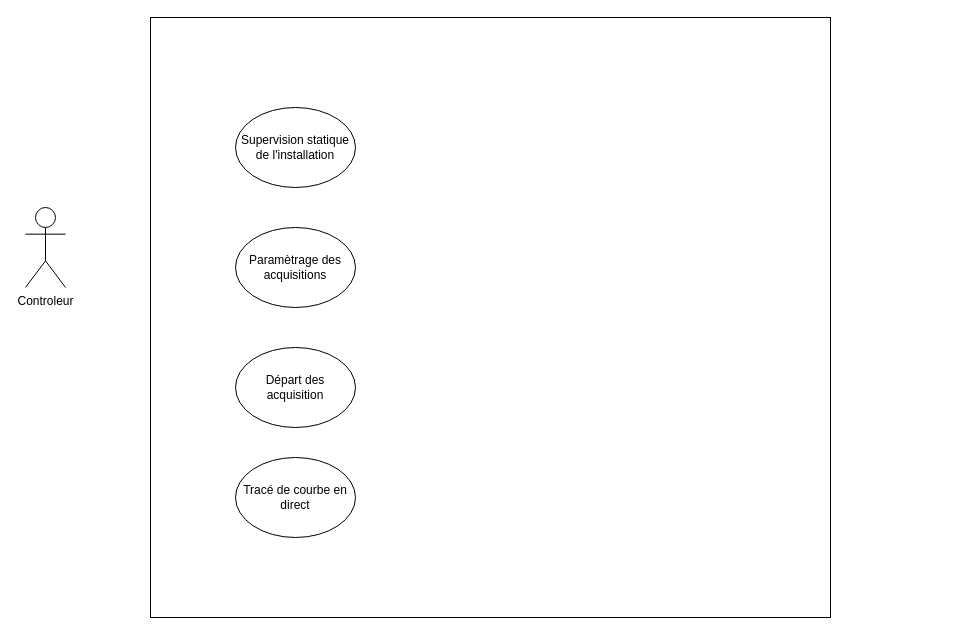
MRCThomas/testDeVerinSurBancHydraulique keeps this draw.io diagram as Analyse/Thomas/diagrammeDUtilisationThomas.drawio. Above is the earlier version. Source tidied: cells renumbered, new cells numbered last; positions are measured from the earlier drawing's top-left corner, leaving out a move shared by most shapes. Both pictures are drawn from the tidied source at 100%, with x=0, y=0 at pixel (25, 17).
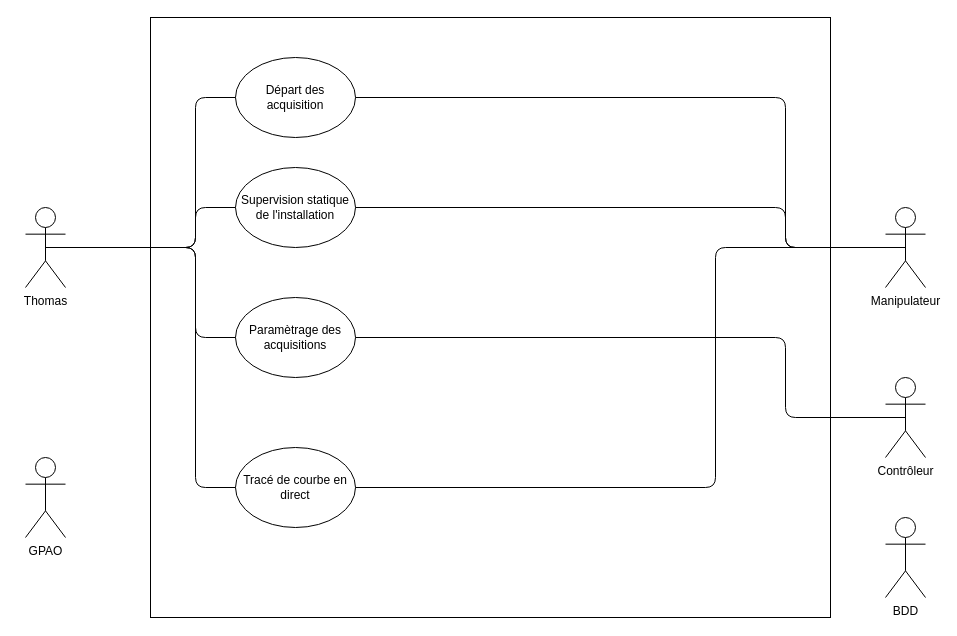
Above is the later version.

What changed in the source:
```diff
@@
-    <mxCell id="3" value="Controleur" style="shape=umlActor;verticalLabelPosition=bottom;verticalAlign=top;html=1;outlineConnect=0;" parent="1" vertex="1">
+    <mxCell id="3" value="Thomas" style="shape=umlActor;verticalLabelPosition=bottom;verticalAlign=top;html=1;outlineConnect=0;" parent="1" vertex="1">
       <mxGeometry y="190" width="40" height="80" as="geometry" />
     </mxCell>
     <mxCell id="4" value="Supervision statique de l'installation" style="ellipse;whiteSpace=wrap;html=1;" parent="1" vertex="1">
-      <mxGeometry x="210" y="90" width="120" height="80" as="geometry" />
+      <mxGeometry x="210" y="150" width="120" height="80" as="geometry" />
     </mxCell>
     <mxCell id="5" value="Tracé de courbe en direct" style="ellipse;whiteSpace=wrap;html=1;" parent="1" vertex="1">
-      <mxGeometry x="210" y="440" width="120" height="80" as="geometry" />
+      <mxGeometry x="210" y="430" width="120" height="80" as="geometry" />
     </mxCell>
     <mxCell id="6" value="Paramètrage des acquisitions" style="ellipse;whiteSpace=wrap;html=1;" parent="1" vertex="1">
-      <mxGeometry x="210" y="210" width="120" height="80" as="geometry" />
+      <mxGeometry x="210" y="280" width="120" height="80" as="geometry" />
     </mxCell>
     <mxCell id="7" value="Départ des acquisition" style="ellipse;whiteSpace=wrap;html=1;" parent="1" vertex="1">
-      <mxGeometry x="210" y="330" width="120" height="80" as="geometry" />
+      <mxGeometry x="210" y="40" width="120" height="80" as="geometry" />
     </mxCell>
+    <mxCell id="8" style="endArrow=none;html=1;exitX=0.5;exitY=0.5;exitDx=0;exitDy=0;exitPerimeter=0;entryX=0;entryY=0.5;entryDx=0;entryDy=0;" parent="1" edge="1" source="3" target="4">
+      <mxGeometry relative="1" as="geometry">
+        <Array as="points">
+          <mxPoint x="170" y="230" />
+          <mxPoint x="170" y="190" />
+        </Array>
+      </mxGeometry>
+    </mxCell>
+    <mxCell id="9" style="endArrow=none;html=1;exitX=0.5;exitY=0.5;exitDx=0;exitDy=0;exitPerimeter=0;entryX=0;entryY=0.5;entryDx=0;entryDy=0;" parent="1" edge="1" source="3" target="6">
+      <mxGeometry relative="1" as="geometry">
+        <Array as="points">
+          <mxPoint x="170" y="230" />
+          <mxPoint x="170" y="320" />
+        </Array>
+      </mxGeometry>
+    </mxCell>
+    <mxCell id="10" style="endArrow=none;html=1;exitX=0.5;exitY=0.5;exitDx=0;exitDy=0;exitPerimeter=0;entryX=0;entryY=0.5;entryDx=0;entryDy=0;" parent="1" edge="1" source="3" target="7">
+      <mxGeometry relative="1" as="geometry">
+        <Array as="points">
+          <mxPoint x="170" y="230" />
+          <mxPoint x="170" y="80" />
+        </Array>
+      </mxGeometry>
+    </mxCell>
+    <mxCell id="11" style="endArrow=none;html=1;exitX=0.5;exitY=0.5;exitDx=0;exitDy=0;exitPerimeter=0;entryX=0;entryY=0.5;entryDx=0;entryDy=0;" parent="1" edge="1" source="3" target="5">
+      <mxGeometry relative="1" as="geometry">
+        <Array as="points">
+          <mxPoint x="170" y="230" />
+          <mxPoint x="170" y="470" />
+        </Array>
+      </mxGeometry>
+    </mxCell>
+    <mxCell id="12" value="GPAO" style="shape=umlActor;verticalLabelPosition=bottom;verticalAlign=top;html=1;" parent="1" vertex="1">
+      <mxGeometry y="440" width="40" height="80" as="geometry" />
+    </mxCell>
+    <mxCell id="13" value="Manipulateur" style="shape=umlActor;verticalLabelPosition=bottom;verticalAlign=top;html=1;outlineConnect=0;" parent="1" vertex="1">
+      <mxGeometry x="860" y="190" width="40" height="80" as="geometry" />
+    </mxCell>
+    <mxCell id="14" value="BDD" style="shape=umlActor;verticalLabelPosition=bottom;verticalAlign=top;html=1;" parent="1" vertex="1">
+      <mxGeometry x="860" y="500" width="40" height="80" as="geometry" />
+    </mxCell>
+    <mxCell id="15" style="endArrow=none;html=1;exitX=1;exitY=0.5;exitDx=0;exitDy=0;entryX=0.5;entryY=0.5;entryDx=0;entryDy=0;entryPerimeter=0;" parent="1" edge="1" source="4" target="13">
+      <mxGeometry relative="1" as="geometry">
+        <Array as="points">
+          <mxPoint x="760" y="190" />
+          <mxPoint x="760" y="230" />
+        </Array>
+      </mxGeometry>
+    </mxCell>
+    <mxCell id="16" value="Contrôleur" style="shape=umlActor;verticalLabelPosition=bottom;verticalAlign=top;html=1;outlineConnect=0;" parent="1" vertex="1">
+      <mxGeometry x="860" y="360" width="40" height="80" as="geometry" />
+    </mxCell>
+    <mxCell id="17" style="endArrow=none;html=1;exitX=1;exitY=0.5;exitDx=0;exitDy=0;entryX=0.5;entryY=0.5;entryDx=0;entryDy=0;entryPerimeter=0;" parent="1" edge="1" source="6" target="16">
+      <mxGeometry relative="1" as="geometry">
+        <Array as="points">
+          <mxPoint x="760" y="320" />
+          <mxPoint x="760" y="400" />
+        </Array>
+      </mxGeometry>
+    </mxCell>
+    <mxCell id="18" style="endArrow=none;html=1;exitX=1;exitY=0.5;exitDx=0;exitDy=0;entryX=0.5;entryY=0.5;entryDx=0;entryDy=0;entryPerimeter=0;" parent="1" edge="1" source="7" target="13">
+      <mxGeometry relative="1" as="geometry">
+        <Array as="points">
+          <mxPoint x="760" y="80" />
+          <mxPoint x="760" y="230" />
+        </Array>
+      </mxGeometry>
+    </mxCell>
+    <mxCell id="19" style="endArrow=none;html=1;exitX=1;exitY=0.5;exitDx=0;exitDy=0;entryX=0.5;entryY=0.5;entryDx=0;entryDy=0;entryPerimeter=0;" parent="1" edge="1" source="5" target="13">
+      <mxGeometry relative="1" as="geometry">
+        <Array as="points">
+          <mxPoint x="690" y="470" />
+          <mxPoint x="690" y="230" />
+        </Array>
+      </mxGeometry>
+    </mxCell>
```
